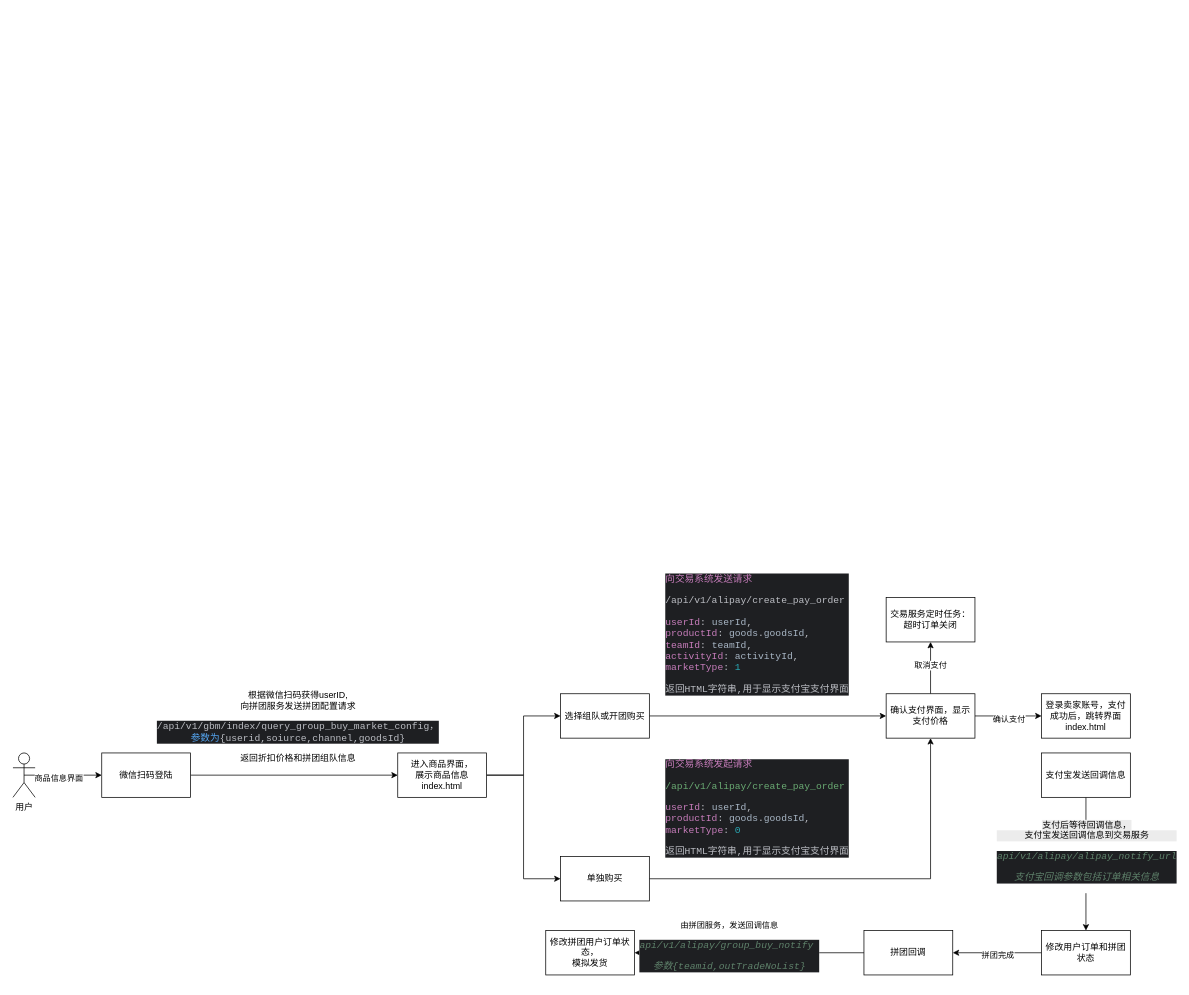
gcloudream/draw keeps this draw.io diagram as diagrams/拼团交易.drawio. Above is the earlier version. Source tidied: cells renumbered, new cells numbered last; positions are measured from the earlier drawing's top-left corner, leaving out a move shared by most shapes. Both pictures are drawn from the tidied source at 74%, with x=0, y=0 at pixel (13, 560).
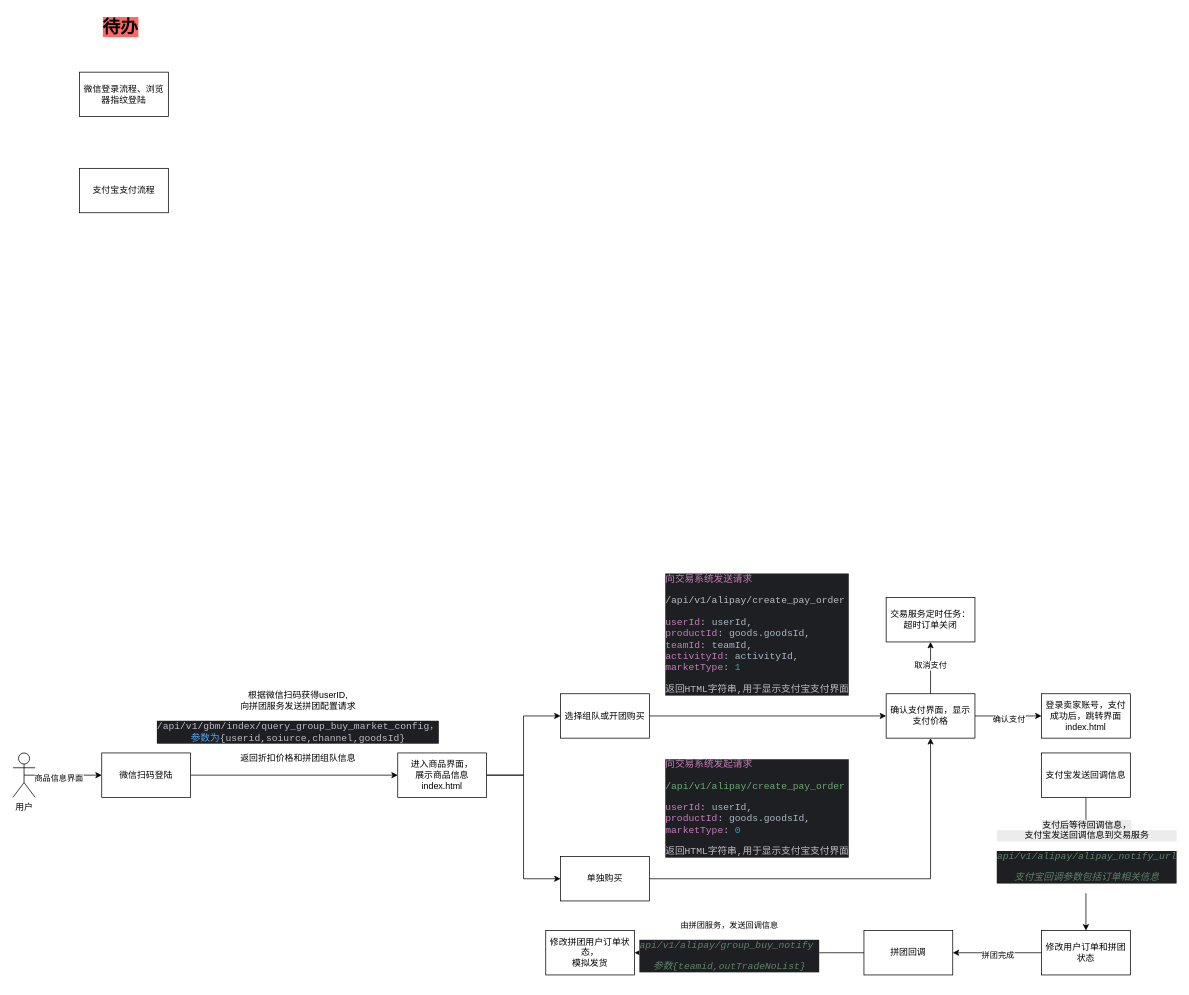
Above is the later version.

Commit message:
更新拼团交易.drawio

The edit, as a diff of the source:
```diff
@@
+    <mxCell id="34" value="微信登录流程、浏览器指纹登陆" style="rounded=0;whiteSpace=wrap;html=1;" parent="1" vertex="1">
+      <mxGeometry x="90" y="-660" width="120" height="60" as="geometry" />
+    </mxCell>
+    <mxCell id="35" value="支付宝支付流程" style="rounded=0;whiteSpace=wrap;html=1;" parent="1" vertex="1">
+      <mxGeometry x="90" y="-530" width="120" height="60" as="geometry" />
+    </mxCell>
+    <mxCell id="36" value="&lt;font style=&quot;font-size: 24px;&quot;&gt;&lt;b style=&quot;background-color: rgb(255, 102, 102);&quot;&gt;待办&lt;/b&gt;&lt;/font&gt;" style="text;html=1;align=center;verticalAlign=middle;strokeColor=none;fillColor=none;" parent="1" vertex="1">
+      <mxGeometry x="110" y="-740" width="70" height="40" as="geometry" />
+    </mxCell>
```
